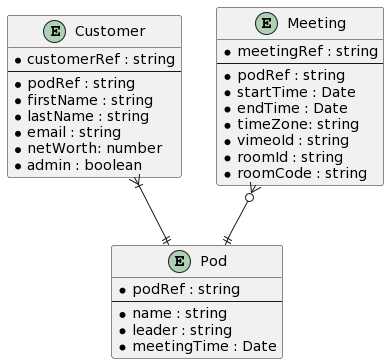
This is images/ERD.png from Team-Kaizen-Senior-Project/better-life-meet, a PlantUML export, as it was before one commit.
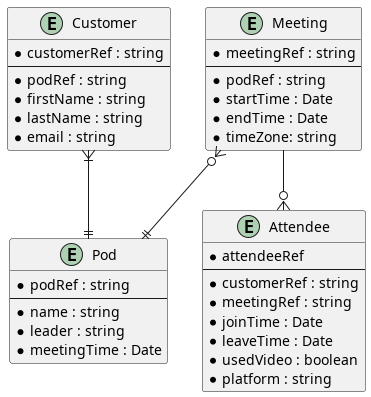
The same diagram one commit later.

Diff of the diagram source:
```diff
@@ -1,4 +1,5 @@
-@startuml
+@startuml ERD
+
 entity Pod {
     * podRef : string
     --
@@ -14,8 +15,6 @@
     * firstName : string
     * lastName : string
     * email : string
-    * netWorth: number
-    * admin : boolean
 }
 
 entity Meeting {
@@ -25,11 +24,21 @@
     * startTime : Date
     * endTime : Date
     * timeZone: string
-    * vimeoId : string
-    * roomId : string
-    * roomCode : string
+}
+
+entity Attendee {
+    * attendeeRef
+    --
+    * customerRef : string
+    * meetingRef : string
+    * joinTime : Date
+    * leaveTime : Date
+    * usedVideo : boolean
+    * platform : string
 }
 
 Customer }|--|| Pod
 Meeting }o--|| Pod
+Meeting --o{ Attendee
+
 @enduml
```
